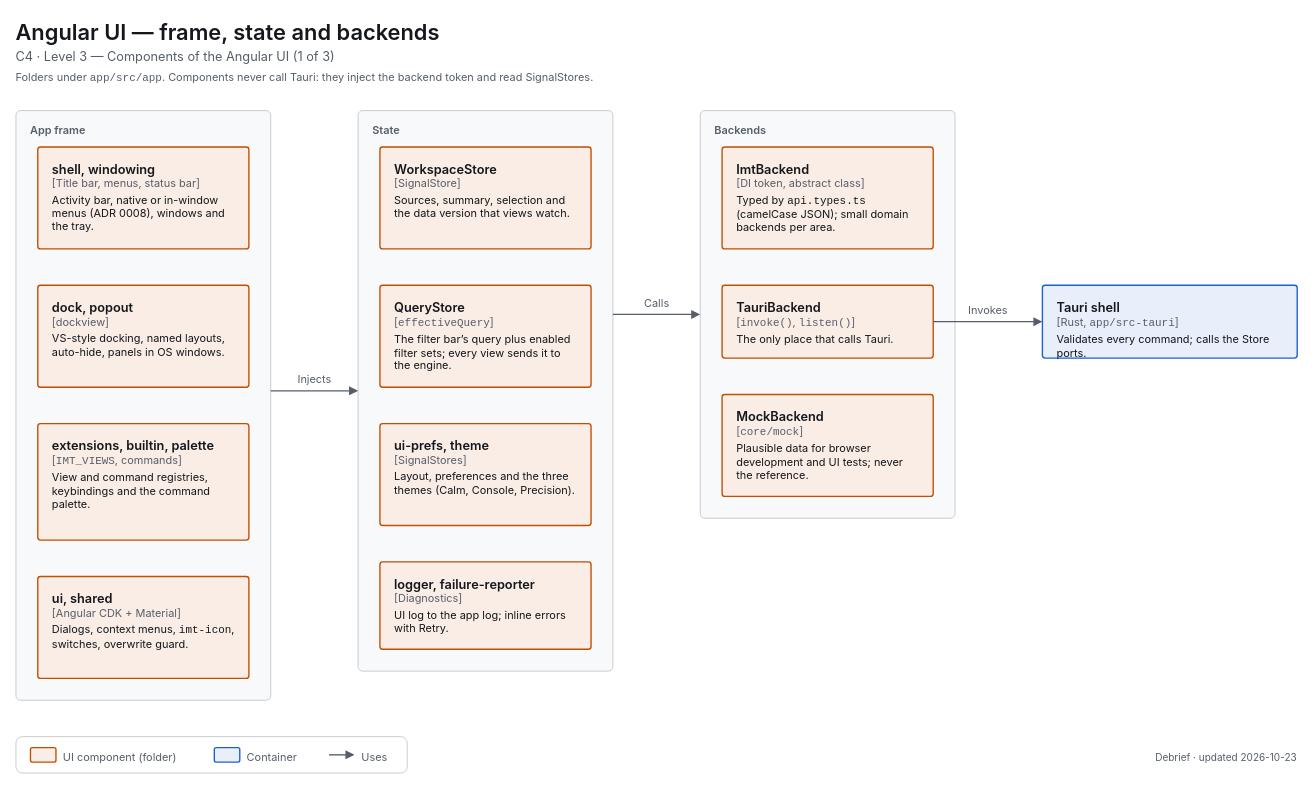
This is docs/diagrams/c4-3-ui-frame.drawio from decryp7/integrated_maintenance_tool, a draw.io file, before an edit. Source tidied: cells renumbered, new cells numbered last; positions are measured from the earlier drawing's top-left corner, leaving out a move shared by most shapes. Both pictures are drawn from the tidied source at 91%, with x=0, y=0 at pixel (15, 15).
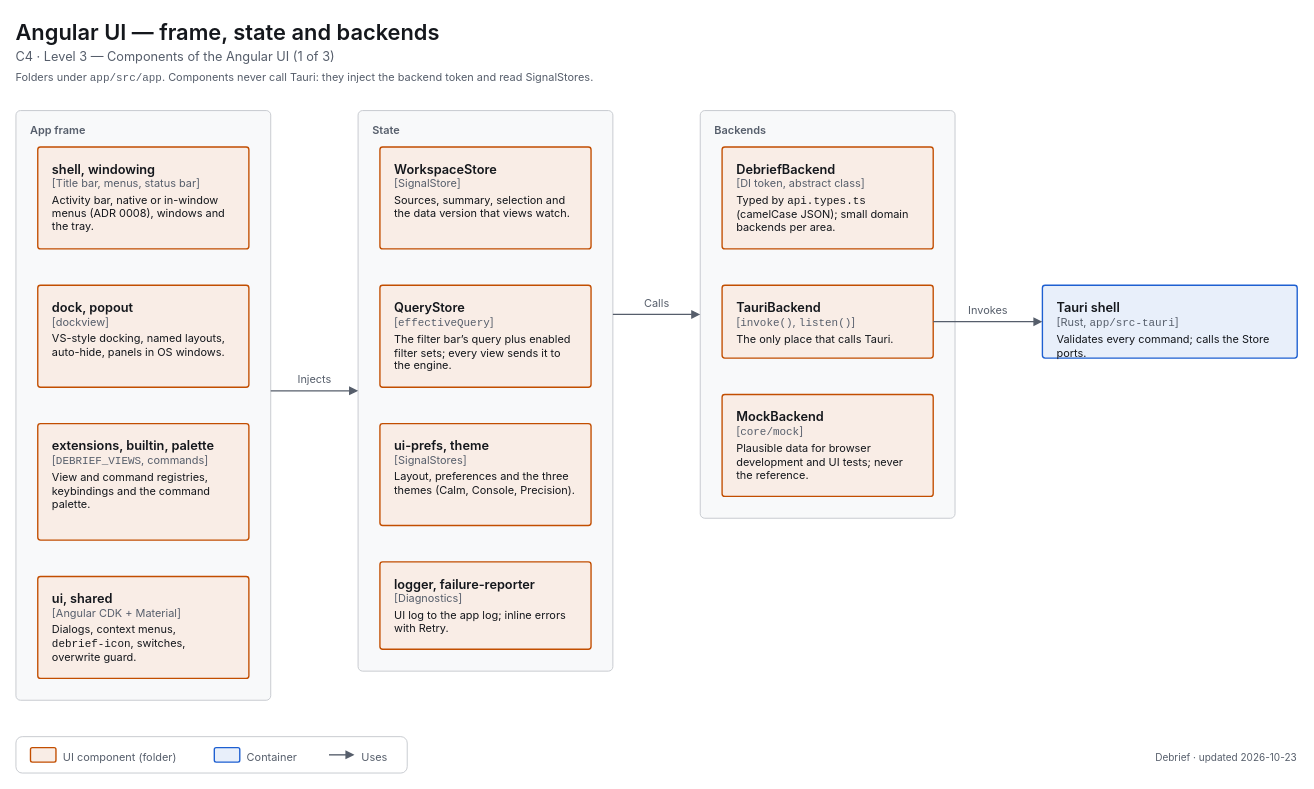
After the change.

What changed in the source:
```diff
@@
-    <mxCell id="8" value="&lt;span style=&quot;font-size:14px;font-weight:600&quot;&gt;extensions, builtin, palette&lt;/span&gt;&lt;br&gt;&lt;span style=&quot;font-size:12px;color:light-dark(#565E6B,#A0A7B2)&quot;&gt;[&lt;span style=&quot;font-family:ui-monospace,SF Mono,Cascadia Mono,Consolas,monospace;white-space:nowrap&quot;&gt;IMT_VIEWS&lt;/span&gt;, commands]&lt;/span&gt;&lt;br&gt;&lt;div style=&quot;margin-top:4px;font-size:12px&quot;&gt;View and command registries, keybindings and the command palette.&lt;/div&gt;" style="html=1;whiteSpace=wrap;fontFamily=-apple-system,BlinkMacSystemFont,Segoe UI,system-ui,sans-serif;fontSize=12;fontColor=light-dark(#14171C,#ECEEF1);rounded=1;absoluteArcSize=1;arcSize=6;strokeWidth=1.5;strokeColor=light-dark(#C24E00,#F07D3A);fillColor=light-dark(#F9EDE6,#382720);align=left;verticalAlign=top;spacingLeft=14;spacingRight=14;spacingTop=10;spacingBottom=8;" parent="1" vertex="1">
+    <mxCell id="8" value="&lt;span style=&quot;font-size:14px;font-weight:600&quot;&gt;extensions, builtin, palette&lt;/span&gt;&lt;br&gt;&lt;span style=&quot;font-size:12px;color:light-dark(#565E6B,#A0A7B2)&quot;&gt;[&lt;span style=&quot;font-family:ui-monospace,SF Mono,Cascadia Mono,Consolas,monospace;white-space:nowrap&quot;&gt;DEBRIEF_VIEWS&lt;/span&gt;, commands]&lt;/span&gt;&lt;br&gt;&lt;div style=&quot;margin-top:4px;font-size:12px&quot;&gt;View and command registries, keybindings and the command palette.&lt;/div&gt;" style="html=1;whiteSpace=wrap;fontFamily=-apple-system,BlinkMacSystemFont,Segoe UI,system-ui,sans-serif;fontSize=12;fontColor=light-dark(#14171C,#ECEEF1);rounded=1;absoluteArcSize=1;arcSize=6;strokeWidth=1.5;strokeColor=light-dark(#C24E00,#F07D3A);fillColor=light-dark(#F9EDE6,#382720);align=left;verticalAlign=top;spacingLeft=14;spacingRight=14;spacingTop=10;spacingBottom=8;" parent="1" vertex="1">
       <mxGeometry x="24" y="448" width="232" height="128" as="geometry" />
     </mxCell>
-    <mxCell id="9" value="&lt;span style=&quot;font-size:14px;font-weight:600&quot;&gt;ui, shared&lt;/span&gt;&lt;br&gt;&lt;span style=&quot;font-size:12px;color:light-dark(#565E6B,#A0A7B2)&quot;&gt;[Angular CDK + Material]&lt;/span&gt;&lt;br&gt;&lt;div style=&quot;margin-top:4px;font-size:12px&quot;&gt;Dialogs, context menus, &lt;span style=&quot;font-family:ui-monospace,SF Mono,Cascadia Mono,Consolas,monospace;white-space:nowrap&quot;&gt;imt-icon&lt;/span&gt;, switches, overwrite guard.&lt;/div&gt;" style="html=1;whiteSpace=wrap;fontFamily=-apple-system,BlinkMacSystemFont,Segoe UI,system-ui,sans-serif;fontSize=12;fontColor=light-dark(#14171C,#ECEEF1);rounded=1;absoluteArcSize=1;arcSize=6;strokeWidth=1.5;strokeColor=light-dark(#C24E00,#F07D3A);fillColor=light-dark(#F9EDE6,#382720);align=left;verticalAlign=top;spacingLeft=14;spacingRight=14;spacingTop=10;spacingBottom=8;" parent="1" vertex="1">
+    <mxCell id="9" value="&lt;span style=&quot;font-size:14px;font-weight:600&quot;&gt;ui, shared&lt;/span&gt;&lt;br&gt;&lt;span style=&quot;font-size:12px;color:light-dark(#565E6B,#A0A7B2)&quot;&gt;[Angular CDK + Material]&lt;/span&gt;&lt;br&gt;&lt;div style=&quot;margin-top:4px;font-size:12px&quot;&gt;Dialogs, context menus, &lt;span style=&quot;font-family:ui-monospace,SF Mono,Cascadia Mono,Consolas,monospace;white-space:nowrap&quot;&gt;debrief-icon&lt;/span&gt;, switches, overwrite guard.&lt;/div&gt;" style="html=1;whiteSpace=wrap;fontFamily=-apple-system,BlinkMacSystemFont,Segoe UI,system-ui,sans-serif;fontSize=12;fontColor=light-dark(#14171C,#ECEEF1);rounded=1;absoluteArcSize=1;arcSize=6;strokeWidth=1.5;strokeColor=light-dark(#C24E00,#F07D3A);fillColor=light-dark(#F9EDE6,#382720);align=left;verticalAlign=top;spacingLeft=14;spacingRight=14;spacingTop=10;spacingBottom=8;" parent="1" vertex="1">
       <mxGeometry x="24" y="616" width="232" height="112" as="geometry" />
     </mxCell>
@@
-    <mxCell id="16" value="&lt;span style=&quot;font-size:14px;font-weight:600&quot;&gt;ImtBackend&lt;/span&gt;&lt;br&gt;&lt;span style=&quot;font-size:12px;color:light-dark(#565E6B,#A0A7B2)&quot;&gt;[DI token, abstract class]&lt;/span&gt;&lt;br&gt;&lt;div style=&quot;margin-top:4px;font-size:12px&quot;&gt;Typed by &lt;span style=&quot;font-family:ui-monospace,SF Mono,Cascadia Mono,Consolas,monospace;white-space:nowrap&quot;&gt;api.types.ts&lt;/span&gt; (camelCase JSON); small domain backends per area.&lt;/div&gt;" style="html=1;whiteSpace=wrap;fontFamily=-apple-system,BlinkMacSystemFont,Segoe UI,system-ui,sans-serif;fontSize=12;fontColor=light-dark(#14171C,#ECEEF1);rounded=1;absoluteArcSize=1;arcSize=6;strokeWidth=1.5;strokeColor=light-dark(#C24E00,#F07D3A);fillColor=light-dark(#F9EDE6,#382720);align=left;verticalAlign=top;spacingLeft=14;spacingRight=14;spacingTop=10;spacingBottom=8;" parent="1" vertex="1">
+    <mxCell id="16" value="&lt;span style=&quot;font-size:14px;font-weight:600&quot;&gt;DebriefBackend&lt;/span&gt;&lt;br&gt;&lt;span style=&quot;font-size:12px;color:light-dark(#565E6B,#A0A7B2)&quot;&gt;[DI token, abstract class]&lt;/span&gt;&lt;br&gt;&lt;div style=&quot;margin-top:4px;font-size:12px&quot;&gt;Typed by &lt;span style=&quot;font-family:ui-monospace,SF Mono,Cascadia Mono,Consolas,monospace;white-space:nowrap&quot;&gt;api.types.ts&lt;/span&gt; (camelCase JSON); small domain backends per area.&lt;/div&gt;" style="html=1;whiteSpace=wrap;fontFamily=-apple-system,BlinkMacSystemFont,Segoe UI,system-ui,sans-serif;fontSize=12;fontColor=light-dark(#14171C,#ECEEF1);rounded=1;absoluteArcSize=1;arcSize=6;strokeWidth=1.5;strokeColor=light-dark(#C24E00,#F07D3A);fillColor=light-dark(#F9EDE6,#382720);align=left;verticalAlign=top;spacingLeft=14;spacingRight=14;spacingTop=10;spacingBottom=8;" parent="1" vertex="1">
       <mxGeometry x="776" y="144" width="232" height="112" as="geometry" />
     </mxCell>
```
